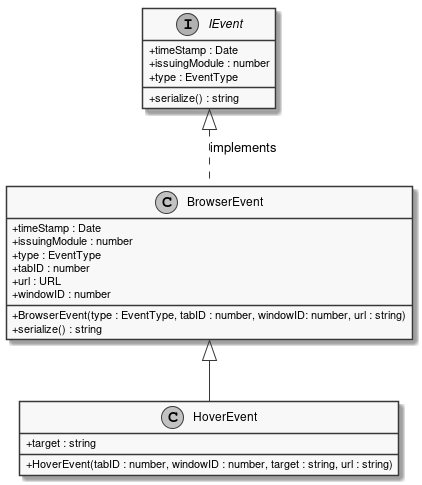
This is documents/sd/resources/Classes/BrowserExtension/Listeners/HoverEvent.png from insightmind/MORR, a PlantUML export, as it was before one commit.
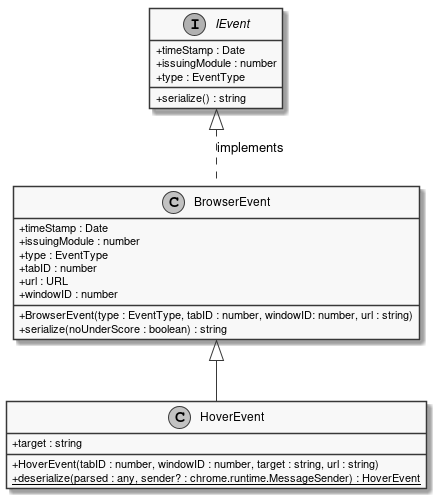
Above is the later version.

What changed in the source:
```diff
@@ -5,6 +5,7 @@
 class HoverEvent extends BrowserEvent {
     + target : string
     + HoverEvent(tabID : number, windowID : number, target : string, url : string)
+    + {static} deserialize(parsed : any, sender? : chrome.runtime.MessageSender) : HoverEvent
 }
 interface IEvent {
     + timeStamp : Date
@@ -19,9 +20,9 @@
     + timeStamp : Date
     + issuingModule : number
     + type : EventType
-    + serialize() : string
     + tabID : number
     + url : URL
     + windowID : number
+    + serialize(noUnderScore : boolean) : string
 }
 @enduml
```
